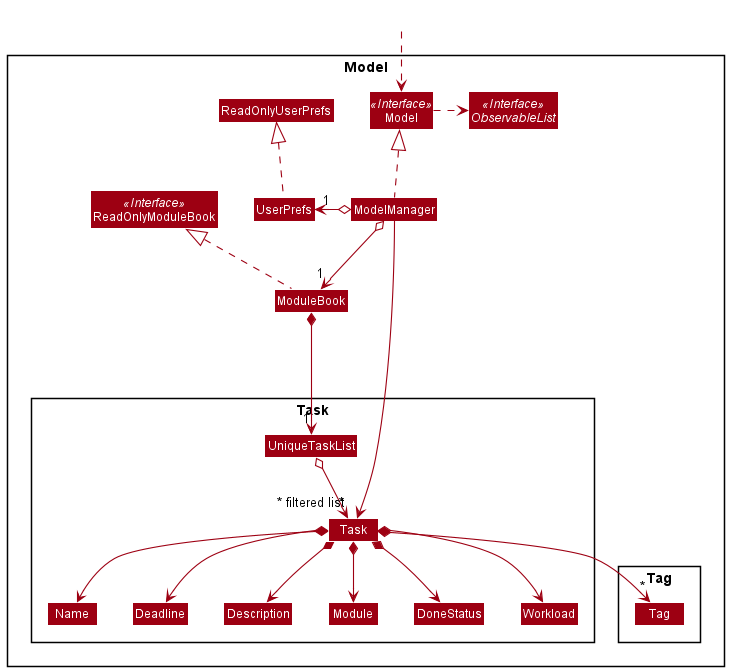
nus-cs2103-AY2021S2/tp keeps this PlantUML diagram as docs/images/ModelClassDiagram.png. Above is the earlier version.
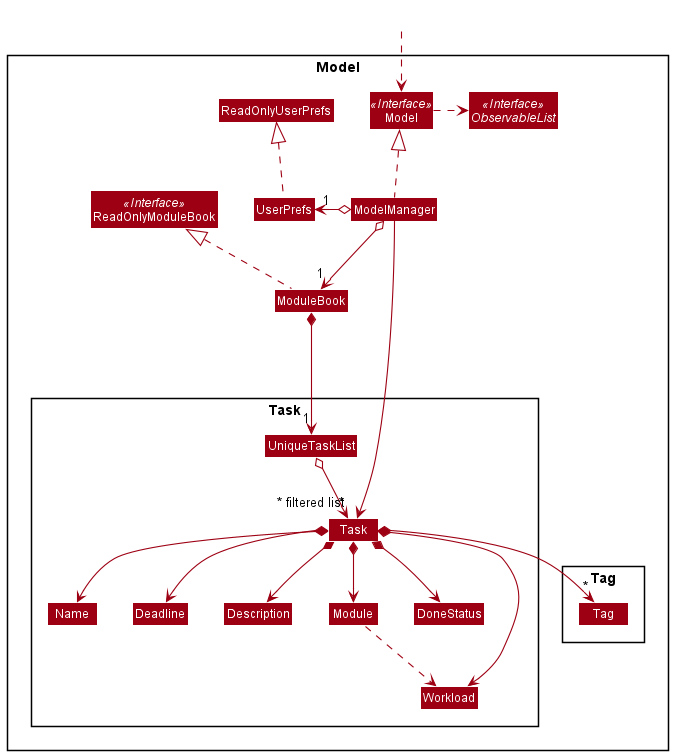
After the commit.

Commit message:
Change workload tallies, diagram and enable assertions

Change to the diagram source:
```diff
@@ -51,6 +51,7 @@
 Task *--> Workload
 Task *--> DoneStatus
 Task *--> "*" Tag
+Module ..> Workload
 
 Name -[hidden]right-> Deadline
 Deadline -[hidden]right-> Description
```
